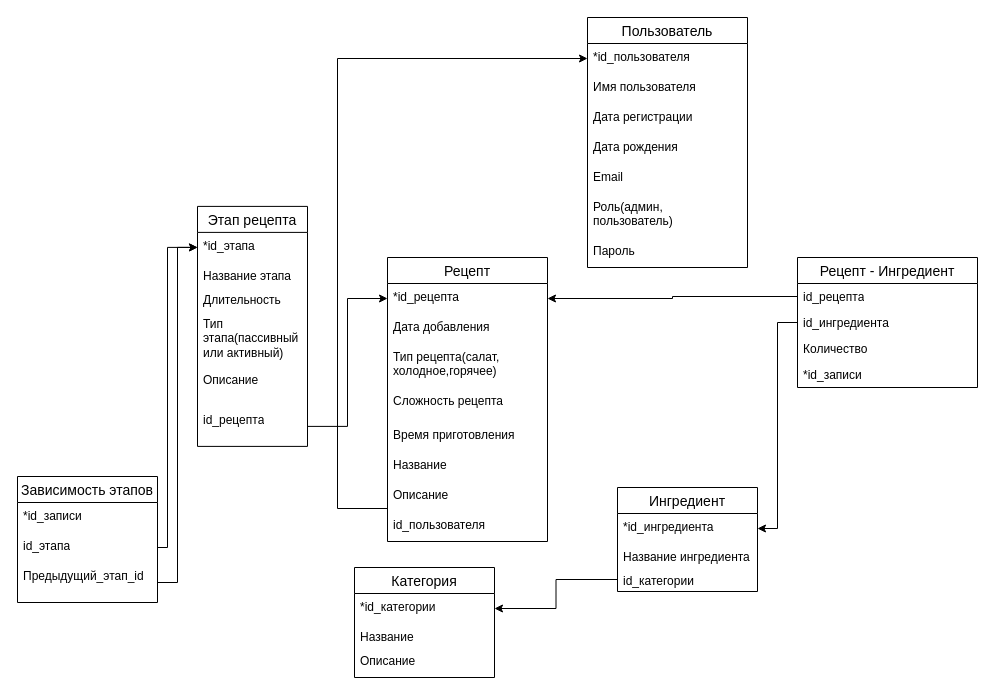
Earlier version of the draw.io diagram doc/relational.drawio (pestlain34/A_Graph-Based_System_for_Intelligent_Culinary_Process_Sequencing). Source tidied: cells renumbered, new cells numbered last; positions are measured from the earlier drawing's top-left corner, leaving out a move shared by most shapes. Both pictures are drawn from the tidied source at 100%, with x=0, y=0 at pixel (17, 17).
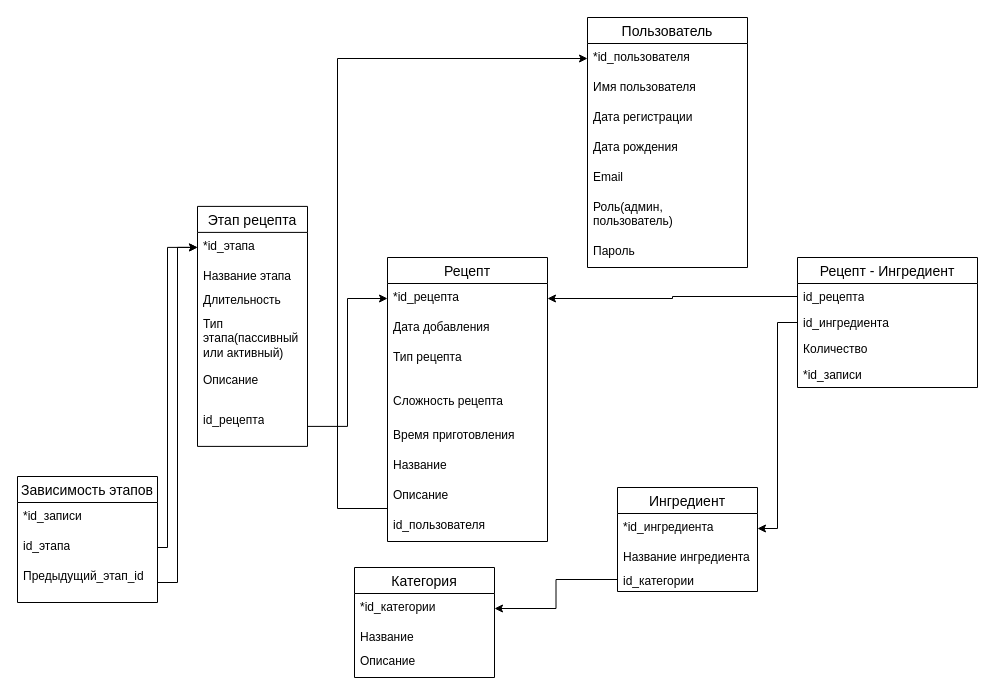
Above is the later version.

The change refers to these unchanged cells:
```xml
<mxCell id="10" value="Рецепт" style="swimlane;fontStyle=0;horizontal=1;startSize=26;align=center;fontSize=14;" parent="1" vertex="1">
  <mxGeometry x="370" y="240" width="160" height="284" as="geometry" />
</mxCell>
```

Diff of the diagram source:
```diff
@@
-    <mxCell id="13" value="Тип рецепта(салат, холодное,горячее)" style="text;strokeColor=none;fillColor=none;spacingLeft=4;spacingRight=4;overflow=hidden;fontSize=12;whiteSpace=wrap;html=1;" parent="10" vertex="1">
+    <mxCell id="13" value="Тип рецепта" style="text;strokeColor=none;fillColor=none;spacingLeft=4;spacingRight=4;overflow=hidden;fontSize=12;whiteSpace=wrap;html=1;" parent="10" vertex="1">
       <mxGeometry y="86" width="160" height="44" as="geometry" />
     </mxCell>
```
